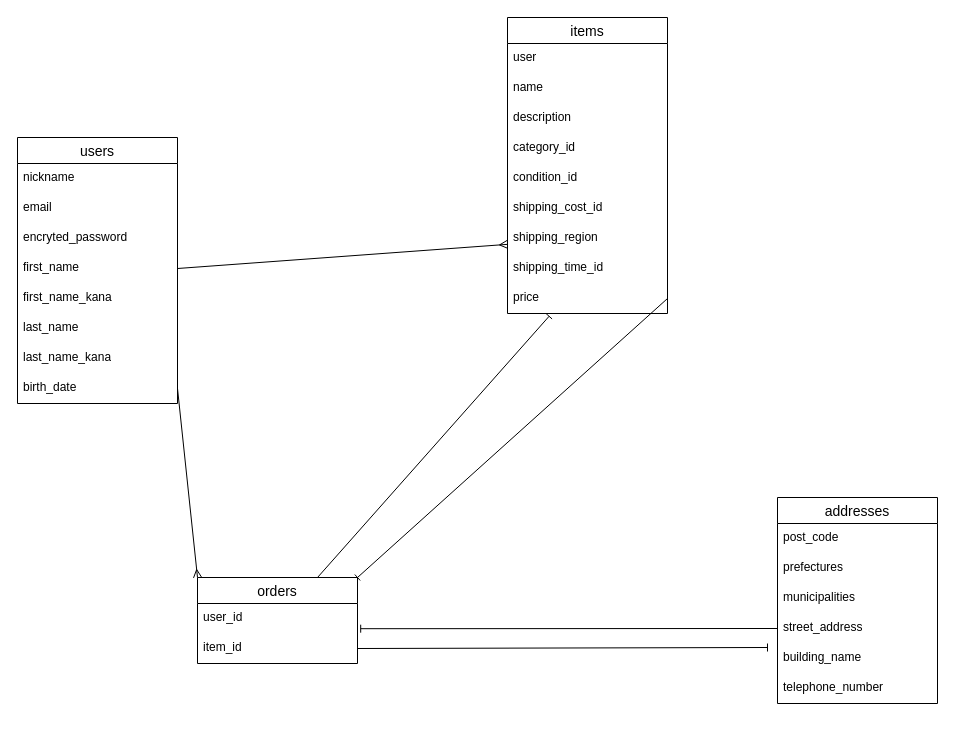
This is furima.dio from ponyo728/furima-42438, a draw.io file, before an edit. Source tidied: cells renumbered, new cells numbered last; positions are measured from the earlier drawing's top-left corner, leaving out a move shared by most shapes. Both pictures are drawn from the tidied source at 100%, with x=0, y=0 at pixel (17, 17).
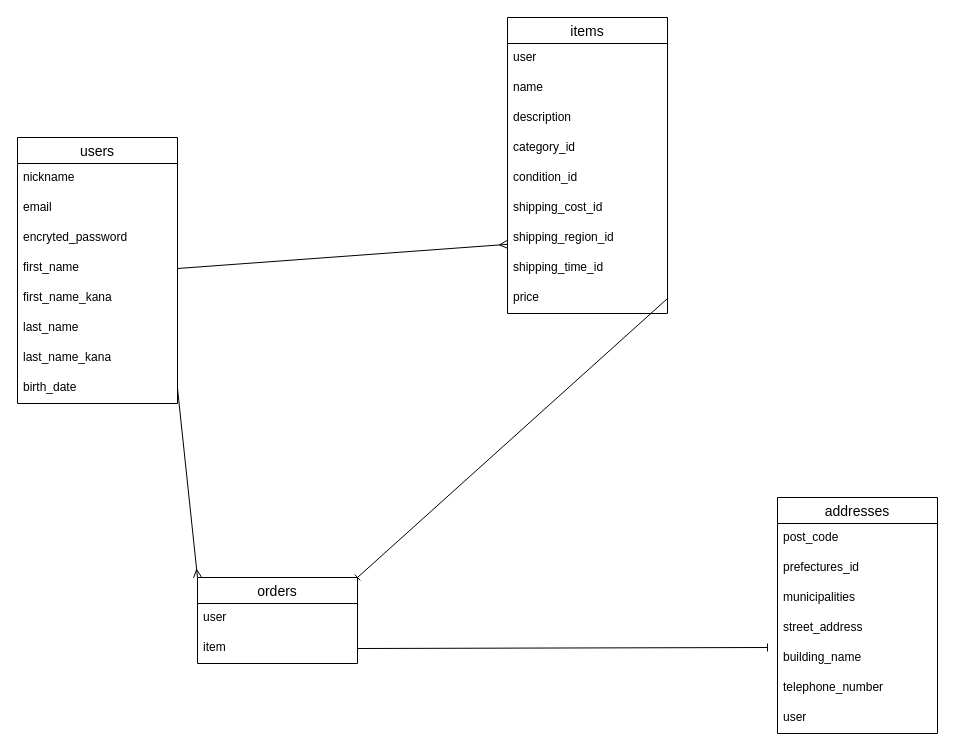
After the change.

Commit message (it also covers changes not shown here):
データベース設計修正２

The change refers to these unchanged cells:
```xml
<mxCell id="11" value="items" style="swimlane;fontStyle=0;horizontal=1;startSize=26;align=center;fontSize=14;" parent="1" vertex="1">
  <mxGeometry x="490" width="160" height="296" as="geometry" />
</mxCell>
<mxCell id="20" value="price" style="text;strokeColor=none;fillColor=none;spacingLeft=4;spacingRight=4;overflow=hidden;points=[[0,0.5],[1,0.5]];portConstraint=eastwest;fontSize=12;whiteSpace=wrap;html=1;" parent="11" vertex="1">
  <mxGeometry y="266" width="160" height="30" as="geometry" />
</mxCell>
<mxCell id="21" value="orders" style="swimlane;fontStyle=0;horizontal=1;startSize=26;align=center;fontSize=14;" parent="1" vertex="1">
  <mxGeometry x="180" y="560" width="160" height="86" as="geometry" />
</mxCell>
<mxCell id="28" value="street_address" style="text;strokeColor=none;fillColor=none;spacingLeft=4;spacingRight=4;overflow=hidden;points=[[0,0.5],[1,0.5]];portConstraint=eastwest;fontSize=12;whiteSpace=wrap;html=1;" parent="24" vertex="1">
  <mxGeometry y="116" width="160" height="30" as="geometry" />
</mxCell>
```

Diff of the diagram source:
```diff
@@
-    <mxCell id="18" value="shipping_region" style="text;strokeColor=none;fillColor=none;spacingLeft=4;spacingRight=4;overflow=hidden;points=[[0,0.5],[1,0.5]];portConstraint=eastwest;fontSize=12;whiteSpace=wrap;html=1;" parent="11" vertex="1">
+    <mxCell id="18" value="shipping_region_id" style="text;strokeColor=none;fillColor=none;spacingLeft=4;spacingRight=4;overflow=hidden;points=[[0,0.5],[1,0.5]];portConstraint=eastwest;fontSize=12;whiteSpace=wrap;html=1;" parent="11" vertex="1">
       <mxGeometry y="206" width="160" height="30" as="geometry" />
     </mxCell>
@@
-    <mxCell id="22" value="user_id" style="text;strokeColor=none;fillColor=none;spacingLeft=4;spacingRight=4;overflow=hidden;points=[[0,0.5],[1,0.5]];portConstraint=eastwest;fontSize=12;whiteSpace=wrap;html=1;" parent="21" vertex="1">
+    <mxCell id="22" value="user" style="text;strokeColor=none;fillColor=none;spacingLeft=4;spacingRight=4;overflow=hidden;points=[[0,0.5],[1,0.5]];portConstraint=eastwest;fontSize=12;whiteSpace=wrap;html=1;" parent="21" vertex="1">
       <mxGeometry y="26" width="160" height="30" as="geometry" />
     </mxCell>
-    <mxCell id="23" value="item_id" style="text;strokeColor=none;fillColor=none;spacingLeft=4;spacingRight=4;overflow=hidden;points=[[0,0.5],[1,0.5]];portConstraint=eastwest;fontSize=12;whiteSpace=wrap;html=1;" parent="21" vertex="1">
+    <mxCell id="23" value="item" style="text;strokeColor=none;fillColor=none;spacingLeft=4;spacingRight=4;overflow=hidden;points=[[0,0.5],[1,0.5]];portConstraint=eastwest;fontSize=12;whiteSpace=wrap;html=1;" parent="21" vertex="1">
       <mxGeometry y="56" width="160" height="30" as="geometry" />
     </mxCell>
     <mxCell id="24" value="addresses" style="swimlane;fontStyle=0;horizontal=1;startSize=26;align=center;fontSize=14;" parent="1" vertex="1">
-      <mxGeometry x="760" y="480" width="160" height="206" as="geometry" />
+      <mxGeometry x="760" y="480" width="160" height="236" as="geometry" />
     </mxCell>
@@
-    <mxCell id="26" value="prefectures" style="text;strokeColor=none;fillColor=none;spacingLeft=4;spacingRight=4;overflow=hidden;fontSize=12;whiteSpace=wrap;html=1;" parent="24" vertex="1">
+    <mxCell id="26" value="prefectures_id" style="text;strokeColor=none;fillColor=none;spacingLeft=4;spacingRight=4;overflow=hidden;fontSize=12;whiteSpace=wrap;html=1;" parent="24" vertex="1">
       <mxGeometry y="56" width="160" height="30" as="geometry" />
     </mxCell>
@@
+    <mxCell id="37" value="user" style="text;strokeColor=none;fillColor=none;spacingLeft=4;spacingRight=4;overflow=hidden;fontSize=12;whiteSpace=wrap;html=1;" parent="24" vertex="1">
+      <mxGeometry y="206" width="160" height="30" as="geometry" />
+    </mxCell>
@@
-    <mxCell id="33" style="edgeStyle=none;html=1;exitX=0;exitY=0.5;exitDx=0;exitDy=0;entryX=1.02;entryY=0.84;entryDx=0;entryDy=0;endArrow=baseDash;endFill=0;entryPerimeter=0;" parent="1" edge="1" source="28" target="22">
-      <mxGeometry relative="1" as="geometry" />
-    </mxCell>
@@
-    <mxCell id="35" style="edgeStyle=none;html=1;exitX=0.75;exitY=0;exitDx=0;exitDy=0;entryX=0.26;entryY=1.093;entryDx=0;entryDy=0;entryPerimeter=0;endArrow=baseDash;endFill=0;" parent="1" edge="1" source="21" target="20">
-      <mxGeometry relative="1" as="geometry" />
-    </mxCell>
```
